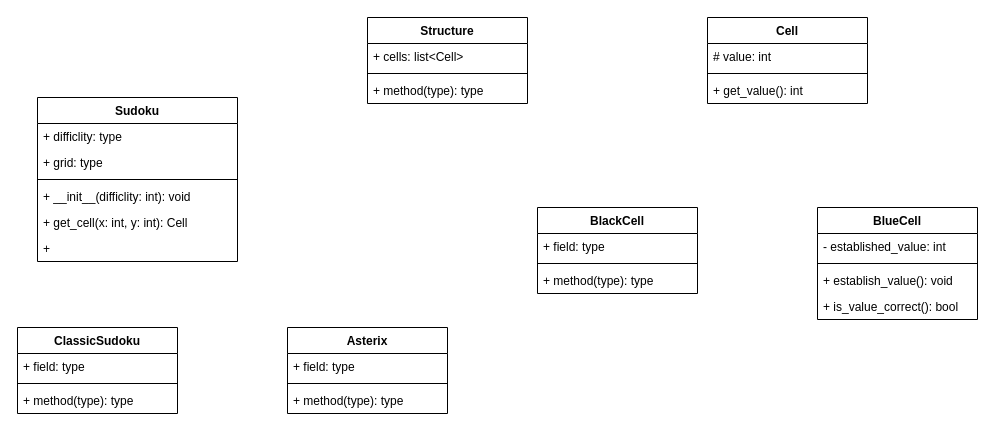
The draw.io diagram tdpp_project.drawio in v-tempe/draw.io, before the edit. Source tidied: cells renumbered, new cells numbered last; positions are measured from the earlier drawing's top-left corner, leaving out a move shared by most shapes. Both pictures are drawn from the tidied source at 100%, with x=0, y=0 at pixel (17, 17).
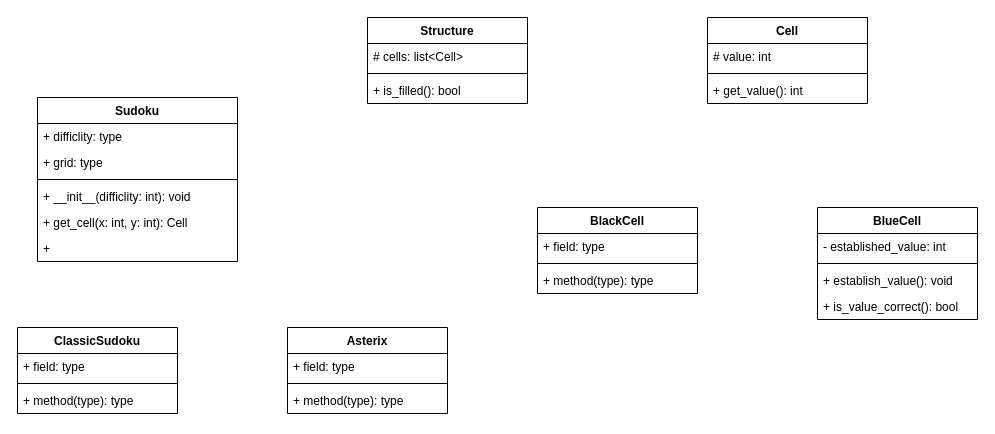
Above is the later version.

Unchanged cells that the change refers to:
```xml
<mxCell id="22" value="Structure" style="swimlane;fontStyle=1;align=center;verticalAlign=top;horizontal=1;startSize=26;whiteSpace=wrap;html=1;" parent="1" vertex="1">
  <mxGeometry x="350" width="160" height="86" as="geometry" />
</mxCell>
```

Change to the diagram source:
```diff
@@
-    <mxCell id="23" value="+ cells: list&amp;lt;Cell&amp;gt;" style="text;strokeColor=none;fillColor=none;align=left;verticalAlign=top;spacingLeft=4;spacingRight=4;overflow=hidden;whiteSpace=wrap;html=1;" parent="22" vertex="1">
+    <mxCell id="23" value="# cells: list&amp;lt;Cell&amp;gt;" style="text;strokeColor=none;fillColor=none;align=left;verticalAlign=top;spacingLeft=4;spacingRight=4;overflow=hidden;whiteSpace=wrap;html=1;" parent="22" vertex="1">
       <mxGeometry y="26" width="160" height="26" as="geometry" />
     </mxCell>
@@
-    <mxCell id="25" value="+ method(type): type" style="text;strokeColor=none;fillColor=none;align=left;verticalAlign=top;spacingLeft=4;spacingRight=4;overflow=hidden;whiteSpace=wrap;html=1;" parent="22" vertex="1">
+    <mxCell id="25" value="+ is_filled(): bool" style="text;strokeColor=none;fillColor=none;align=left;verticalAlign=top;spacingLeft=4;spacingRight=4;overflow=hidden;whiteSpace=wrap;html=1;" parent="22" vertex="1">
       <mxGeometry y="60" width="160" height="26" as="geometry" />
     </mxCell>
```
